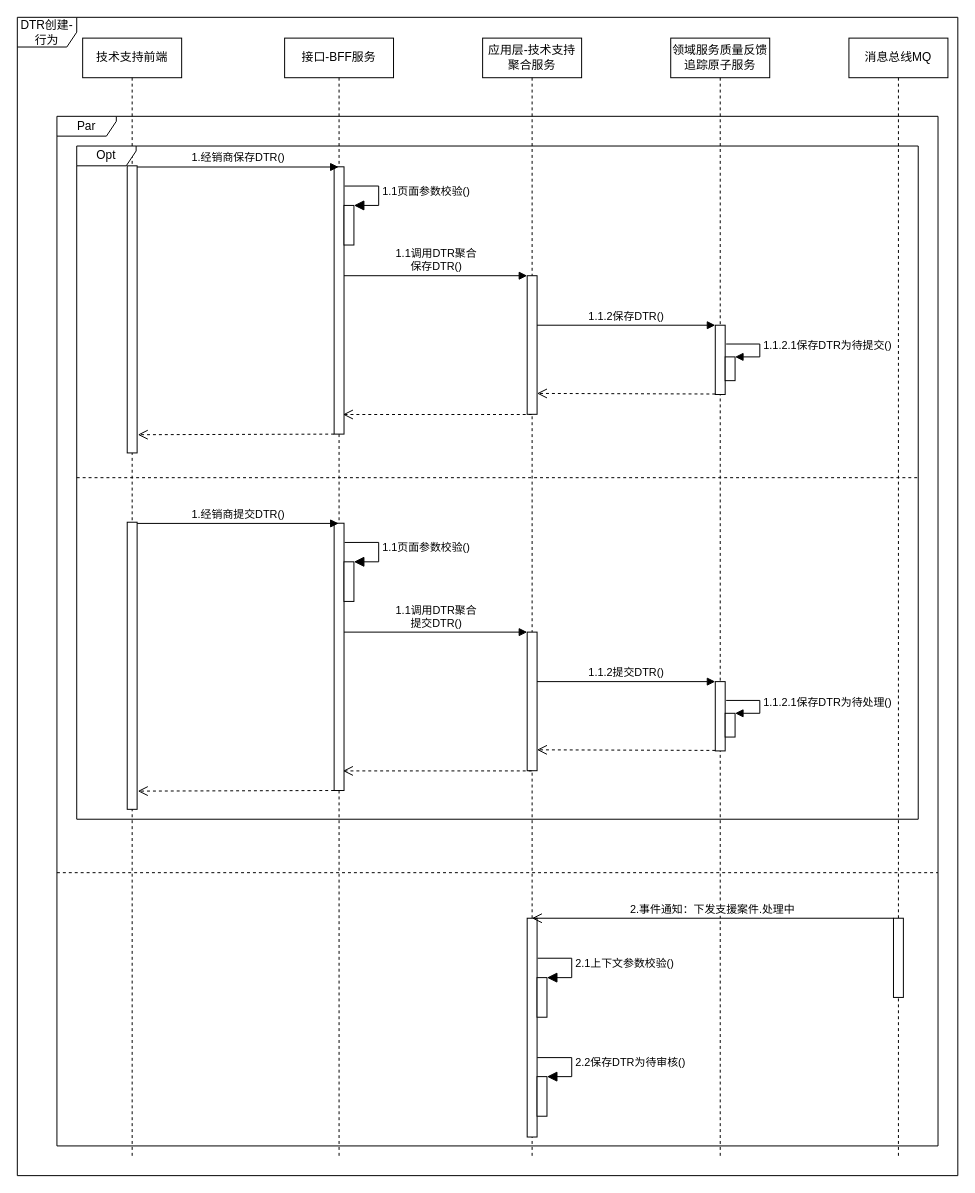
Earlier version of the draw.io diagram page "DTR行为设计-创建" (2 of 7) of images/DTR时序图.drawio (1132489442/designer). Source tidied: cells renumbered, new cells numbered last; positions are measured from the earlier drawing's top-left corner, leaving out a move shared by most shapes. Both pictures are drawn from the tidied source at 99%, with x=0, y=0 at pixel (17, 17).
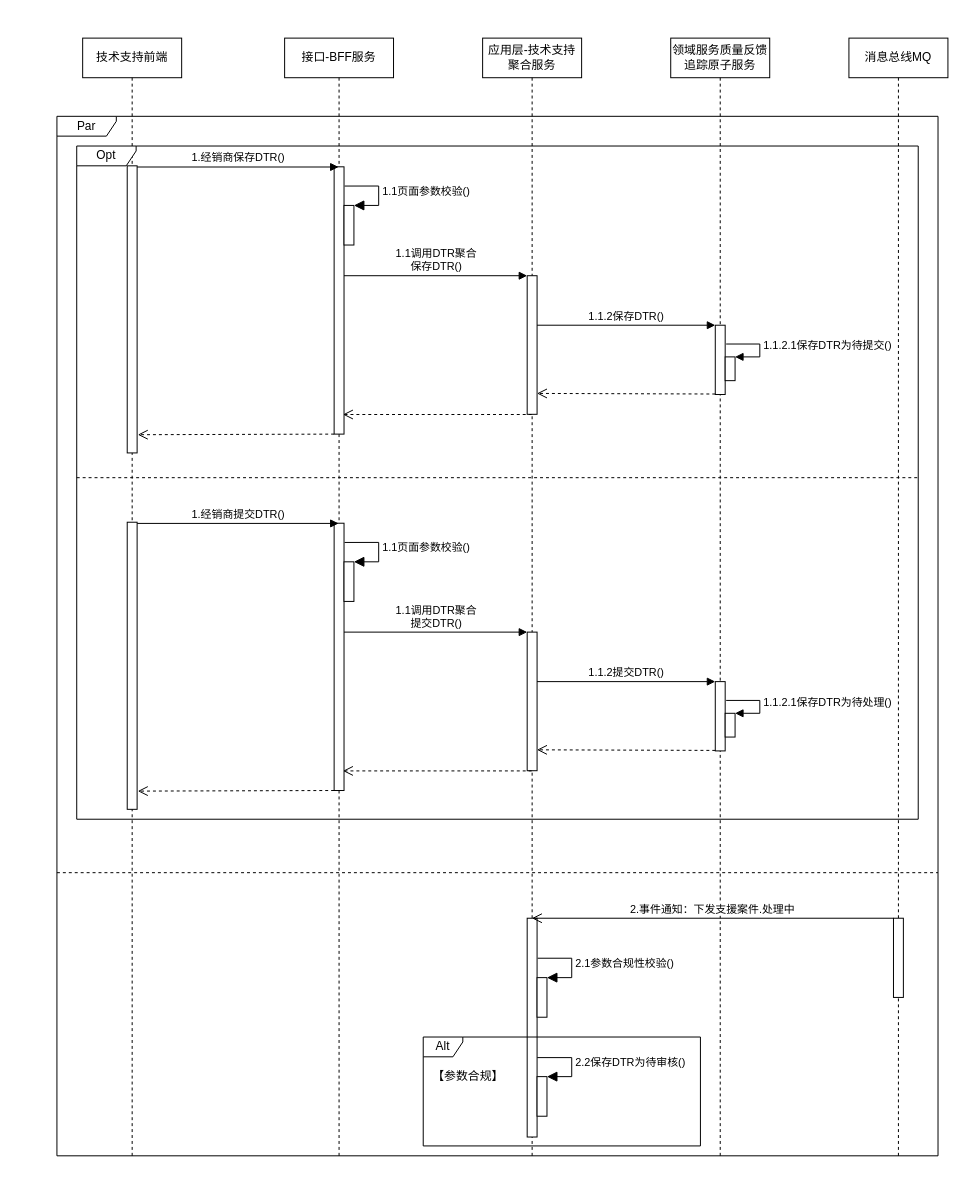
After the change.

Unchanged cells that the change refers to:
```xml
<mxCell id="26" style="html=1;points=[];perimeter=orthogonalPerimeter;" parent="1" vertex="1">
  <mxGeometry x="525" y="970" width="10" height="40" as="geometry" />
</mxCell>
```

Diff of the diagram source:
```diff
@@
-    <mxCell id="27" value="2.1上下文参数校验()" style="edgeStyle=orthogonalEdgeStyle;html=1;align=left;spacingLeft=2;endArrow=block;rounded=0;entryX=1;entryY=0;endSize=8;exitX=1.059;exitY=0.072;exitDx=0;exitDy=0;exitPerimeter=0;" parent="1" edge="1" target="26">
+    <mxCell id="27" value="2.1参数合规性校验()" style="edgeStyle=orthogonalEdgeStyle;html=1;align=left;spacingLeft=2;endArrow=block;rounded=0;entryX=1;entryY=0;endSize=8;exitX=1.059;exitY=0.072;exitDx=0;exitDy=0;exitPerimeter=0;" parent="1" edge="1" target="26">
       <mxGeometry relative="1" as="geometry">
         <mxPoint x="525.6" y="950.4" as="sourcePoint" />
         <Array as="points">
           <mxPoint x="560" y="950" />
           <mxPoint x="560" y="970" />
         </Array>
       </mxGeometry>
     </mxCell>
@@
     <mxCell id="45" value="Par" style="shape=umlFrame;whiteSpace=wrap;html=1;width=60;height=20;" parent="1" vertex="1">
-      <mxGeometry x="40" y="100" width="890" height="1040" as="geometry" />
+      <mxGeometry x="40" y="100" width="890" height="1050" as="geometry" />
     </mxCell>
-    <mxCell id="46" value="DTR创建-行为" style="shape=umlFrame;whiteSpace=wrap;html=1;" parent="1" vertex="1">
-      <mxGeometry width="950" height="1170" as="geometry" />
-    </mxCell>
+    <mxCell id="47" value="Alt" style="shape=umlFrame;whiteSpace=wrap;html=1;fillColor=#FFFFFF;width=40;height=20;" parent="1" vertex="1">
+      <mxGeometry x="410" y="1030" width="280" height="110" as="geometry" />
+    </mxCell>
+    <mxCell id="48" value="【参数合规】" style="text;html=1;align=center;verticalAlign=middle;strokeColor=none;fillColor=none;" parent="1" vertex="1">
+      <mxGeometry x="410" y="1060" width="90" height="20" as="geometry" />
+    </mxCell>
```
